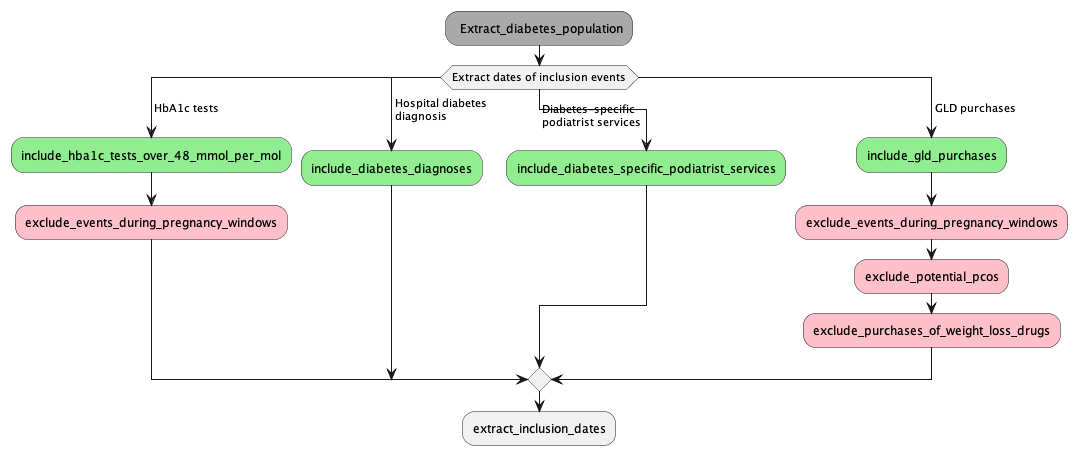
The PlantUML diagram vignettes/images/diabetes-population-functions.png in steno-aarhus/osdc, before a commit.
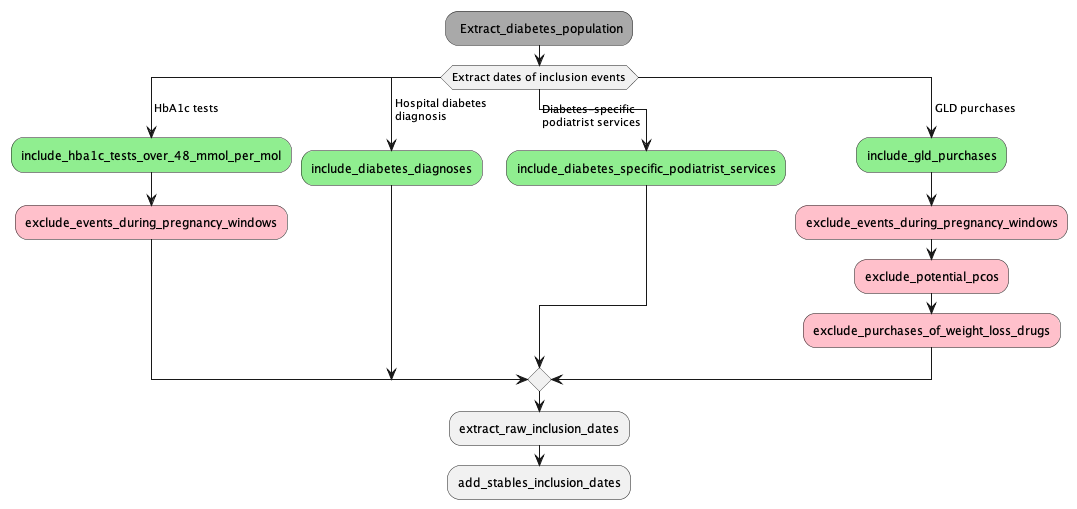
The same file after the commit.

Commit message:
docs: add the notion of "raw" vs "stable" inclusion dates to text and flow chart

Diff of the diagram source:
```diff
@@ -20,6 +20,7 @@
     #pink:exclude_purchases_of_weight_loss_drugs;
 endswitch
 
-:extract_inclusion_dates;
+:extract_raw_inclusion_dates;
+:add_stables_inclusion_dates;
 
 @enduml
```
